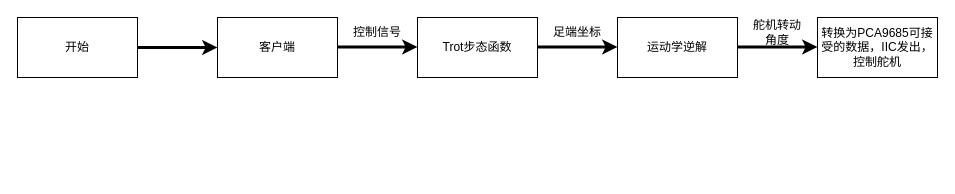
Above: 主程序架构.drawio in KAZAMA-DREAM/picture (draw.io), before the change. Source tidied: cells renumbered, new cells numbered last; positions are measured from the earlier drawing's top-left corner, leaving out a move shared by most shapes. Both pictures are drawn from the tidied source at 100%, with x=0, y=0 at pixel (17, 17).
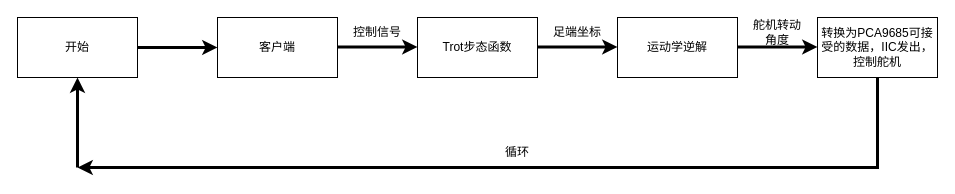
The same diagram, later.

Commit message (it also covers changes not shown here):
更新主程序架构.drawio

The change refers to these unchanged cells:
```xml
<mxCell id="2" value="开始" style="rounded=0;whiteSpace=wrap;html=1;" parent="1" vertex="1">
  <mxGeometry width="120" height="60" as="geometry" />
</mxCell>
<mxCell id="10" value="转换为PCA9685可接受的数据，IIC发出，控制舵机" style="rounded=0;whiteSpace=wrap;html=1;" parent="1" vertex="1">
  <mxGeometry x="800" width="120" height="60" as="geometry" />
</mxCell>
```

What changed in the source:
```diff
@@
+    <mxCell id="14" style="endArrow=classic;html=1;rounded=0;exitX=0.5;exitY=1;exitDx=0;exitDy=0;strokeWidth=3;" parent="1" edge="1" source="10">
+      <mxGeometry relative="1" as="geometry">
+        <mxPoint x="60" y="150" as="targetPoint" />
+        <Array as="points">
+          <mxPoint x="860" y="150" />
+        </Array>
+      </mxGeometry>
+    </mxCell>
+    <mxCell id="15" style="endArrow=classic;html=1;rounded=0;strokeWidth=3;entryX=0.5;entryY=1;entryDx=0;entryDy=0;" parent="1" edge="1" target="2">
+      <mxGeometry relative="1" as="geometry">
+        <mxPoint x="60" y="150" as="sourcePoint" />
+      </mxGeometry>
+    </mxCell>
+    <mxCell id="16" value="循环" style="text;html=1;strokeColor=none;fillColor=none;align=center;verticalAlign=middle;whiteSpace=wrap;rounded=0;" parent="1" vertex="1">
+      <mxGeometry x="470" y="120" width="60" height="30" as="geometry" />
+    </mxCell>
```
